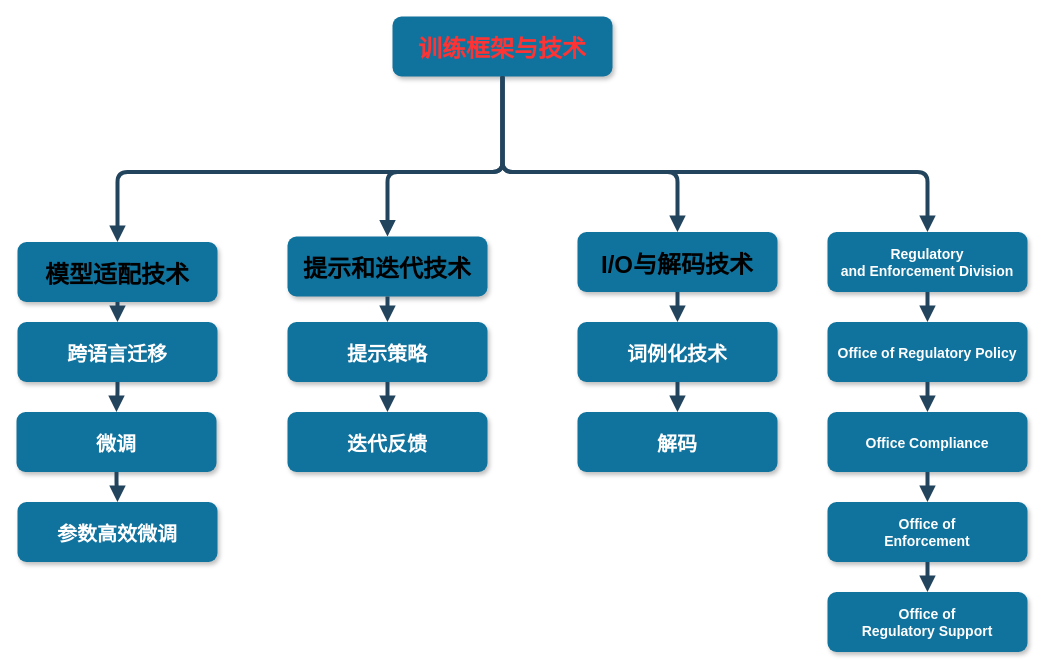
Earlier version of the draw.io diagram 未命名绘图.drawio (Lzww0608/Graduate-Pictures). Source tidied: cells renumbered, new cells numbered last; positions are measured from the earlier drawing's top-left corner, leaving out a move shared by most shapes. Both pictures are drawn from the tidied source at 100%, with x=0, y=0 at pixel (16, 16).
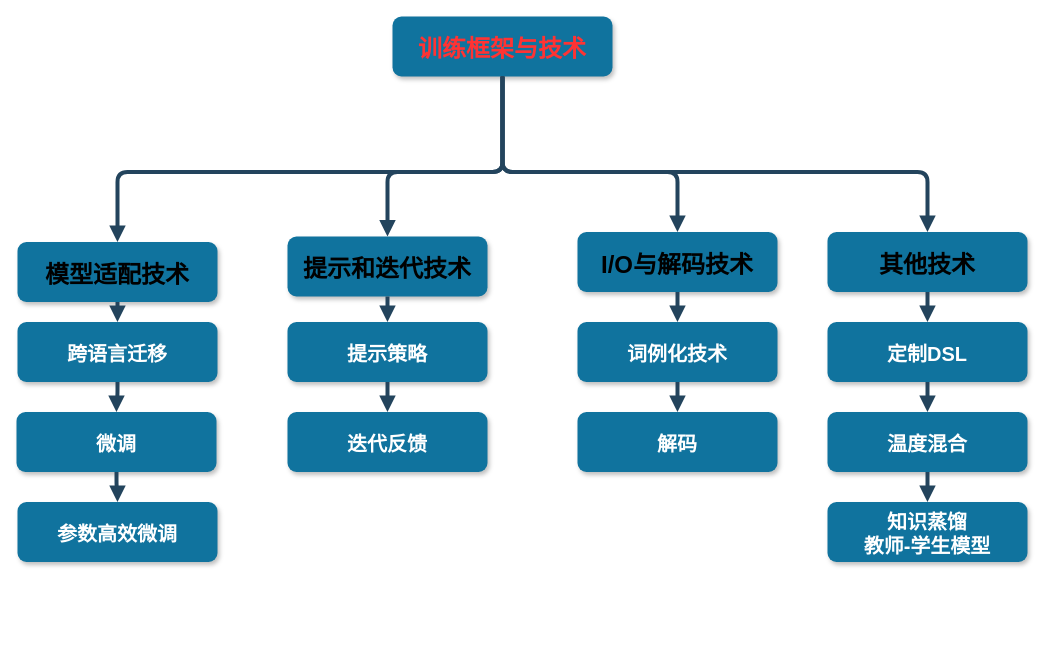
After the change.

Commit message:
LLM训练框架与技术.drawio

What changed in the source:
```diff
@@
-    <mxCell id="13" value="Regulatory &#10;and Enforcement Division" style="rounded=1;fillColor=#10739E;strokeColor=none;shadow=1;gradientColor=none;fontStyle=1;fontColor=#FFFFFF;fontSize=14;" parent="1" vertex="1">
+    <mxCell id="13" value="其他技术" style="rounded=1;fillColor=#10739E;strokeColor=none;shadow=1;gradientColor=none;fontStyle=1;fontColor=#000000;fontSize=24;" parent="1" vertex="1">
       <mxGeometry x="811" y="215.5" width="200" height="60" as="geometry" />
     </mxCell>
-    <mxCell id="14" value="Office of Regulatory Policy" style="rounded=1;fillColor=#10739E;strokeColor=none;shadow=1;gradientColor=none;fontStyle=1;fontColor=#FFFFFF;fontSize=14;" parent="1" vertex="1">
+    <mxCell id="14" value="定制DSL" style="rounded=1;fillColor=#10739E;strokeColor=none;shadow=1;gradientColor=none;fontStyle=1;fontColor=#FFFFFF;fontSize=20;" parent="1" vertex="1">
       <mxGeometry x="811" y="305.5" width="200" height="60" as="geometry" />
     </mxCell>
-    <mxCell id="15" value="Office Compliance" style="rounded=1;fillColor=#10739E;strokeColor=none;shadow=1;gradientColor=none;fontStyle=1;fontColor=#FFFFFF;fontSize=14;" parent="1" vertex="1">
+    <mxCell id="15" value="温度混合" style="rounded=1;fillColor=#10739E;strokeColor=none;shadow=1;gradientColor=none;fontStyle=1;fontColor=#FFFFFF;fontSize=20;" parent="1" vertex="1">
       <mxGeometry x="811" y="395.5" width="200" height="60" as="geometry" />
     </mxCell>
-    <mxCell id="16" value="Office of &#10;Enforcement" style="rounded=1;fillColor=#10739E;strokeColor=none;shadow=1;gradientColor=none;fontStyle=1;fontColor=#FFFFFF;fontSize=14;" parent="1" vertex="1">
+    <mxCell id="16" value="知识蒸馏&#10;教师-学生模型" style="rounded=1;fillColor=#10739E;strokeColor=none;shadow=1;gradientColor=none;fontStyle=1;fontColor=#FFFFFF;fontSize=20;" parent="1" vertex="1">
       <mxGeometry x="811" y="485.5" width="200" height="60" as="geometry" />
     </mxCell>
-    <mxCell id="17" value="Office of&#10; Regulatory Support" style="rounded=1;fillColor=#10739E;strokeColor=none;shadow=1;gradientColor=none;fontStyle=1;fontColor=#FFFFFF;fontSize=14;" parent="1" vertex="1">
-      <mxGeometry x="811" y="575.5" width="200" height="60" as="geometry" />
-    </mxCell>
@@
-    <mxCell id="30" style="edgeStyle=elbowEdgeStyle;elbow=vertical;strokeWidth=4;endArrow=block;endFill=1;fontStyle=1;strokeColor=#23445D;" parent="1" edge="1" source="16" target="17">
-      <mxGeometry x="72" y="195.5" as="geometry" />
-    </mxCell>
```
